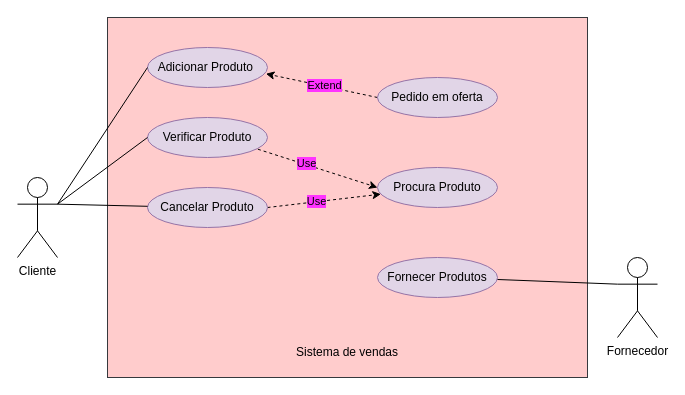
The draw.io diagram Engenharia SW/DiagramaDeClasses.drawio in Anaraquely/Bertoti, before the edit. Source tidied: cells renumbered, new cells numbered last; positions are measured from the earlier drawing's top-left corner, leaving out a move shared by most shapes. Both pictures are drawn from the tidied source at 100%, with x=0, y=0 at pixel (17, 17).
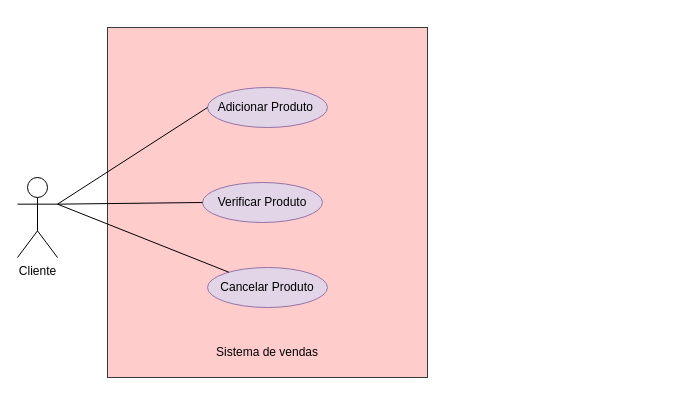
The same diagram, later.

Change to the diagram source:
```diff
@@
     <mxCell id="3" style="rounded=0;whiteSpace=wrap;html=1;fillColor=#ffcccc;strokeColor=#36393d;" parent="1" vertex="1">
-      <mxGeometry x="90" width="480" height="360" as="geometry" />
+      <mxGeometry x="90" y="10" width="320" height="350" as="geometry" />
     </mxCell>
     <mxCell id="4" value="Adicionar Produto&amp;nbsp;" style="ellipse;whiteSpace=wrap;html=1;fillColor=#e1d5e7;strokeColor=#9673a6;" parent="1" vertex="1">
-      <mxGeometry x="130" y="30" width="120" height="40" as="geometry" />
+      <mxGeometry x="190" y="70" width="120" height="40" as="geometry" />
     </mxCell>
     <mxCell id="5" value="Verificar Produto" style="ellipse;whiteSpace=wrap;html=1;fillColor=#e1d5e7;strokeColor=#9673a6;" parent="1" vertex="1">
-      <mxGeometry x="130" y="100" width="120" height="40" as="geometry" />
+      <mxGeometry x="185" y="165" width="120" height="40" as="geometry" />
     </mxCell>
-    <mxCell id="6" style="rounded=0;jettySize=auto;html=1;exitX=1;exitY=0.5;exitDx=0;exitDy=0;dashed=1;" parent="1" edge="1" source="8" target="15">
-      <mxGeometry relative="1" as="geometry" />
-    </mxCell>
-    <mxCell id="7" value="Use" style="edgeLabel;html=1;align=center;verticalAlign=middle;labelBackgroundColor=#FF33FF;" parent="6" vertex="1">
-      <mxGeometry x="-0.15" y="1" relative="1" as="geometry" />
-    </mxCell>
     <mxCell id="8" value="Cancelar Produto" style="ellipse;whiteSpace=wrap;html=1;fillColor=#e1d5e7;strokeColor=#9673a6;" parent="1" vertex="1">
-      <mxGeometry x="130" y="170" width="120" height="40" as="geometry" />
+      <mxGeometry x="190" y="250" width="120" height="40" as="geometry" />
     </mxCell>
-    <mxCell id="9" style="rounded=0;jettySize=auto;html=1;exitX=0;exitY=0.3333333333333333;exitDx=0;exitDy=0;exitPerimeter=0;endArrow=none;endFill=0;" parent="1" edge="1" source="10" target="11">
-      <mxGeometry relative="1" as="geometry" />
-    </mxCell>
-    <mxCell id="10" value="Fornecedor" style="shape=umlActor;verticalLabelPosition=bottom;verticalAlign=top;html=1;outlineConnect=0;" parent="1" vertex="1">
-      <mxGeometry x="600" y="240" width="40" height="80" as="geometry" />
-    </mxCell>
-    <mxCell id="11" value="Fornecer Produtos" style="ellipse;whiteSpace=wrap;html=1;fillColor=#e1d5e7;strokeColor=#9673a6;" parent="1" vertex="1">
-      <mxGeometry x="360" y="240" width="120" height="40" as="geometry" />
-    </mxCell>
@@
-    <mxCell id="15" value="Procura Produto" style="ellipse;whiteSpace=wrap;html=1;fillColor=#e1d5e7;strokeColor=#9673a6;" parent="1" vertex="1">
-      <mxGeometry x="360" y="150" width="120" height="40" as="geometry" />
-    </mxCell>
-    <mxCell id="16" style="rounded=0;jettySize=auto;html=1;exitX=0;exitY=0.5;exitDx=0;exitDy=0;dashed=1;endArrow=classic;endFill=1;entryX=0.987;entryY=0.657;entryDx=0;entryDy=0;startArrow=none;startFill=0;entryPerimeter=0;" parent="1" edge="1" source="18" target="4">
-      <mxGeometry relative="1" as="geometry" />
-    </mxCell>
-    <mxCell id="17" value="Extend" style="edgeLabel;html=1;align=center;verticalAlign=middle;labelBackgroundColor=#FF33FF;" parent="16" vertex="1">
-      <mxGeometry x="-0.04" y="-1" relative="1" as="geometry" />
-    </mxCell>
-    <mxCell id="18" value="Pedido em oferta" style="ellipse;whiteSpace=wrap;html=1;fillColor=#e1d5e7;strokeColor=#9673a6;" parent="1" vertex="1">
-      <mxGeometry x="360" y="60" width="120" height="40" as="geometry" />
-    </mxCell>
-    <mxCell id="19" style="rounded=0;jettySize=auto;html=1;exitX=0.92;exitY=0.793;exitDx=0;exitDy=0;entryX=0;entryY=0.5;entryDx=0;entryDy=0;dashed=1;exitPerimeter=0;" parent="1" edge="1" source="5" target="15">
-      <mxGeometry relative="1" as="geometry" />
-    </mxCell>
-    <mxCell id="20" value="Use" style="edgeLabel;html=1;align=center;verticalAlign=middle;labelBackgroundColor=#FF33FF;" parent="19" vertex="1">
-      <mxGeometry x="-0.2" y="2" relative="1" as="geometry" />
-    </mxCell>
     <mxCell id="21" value="Sistema de vendas" style="text;strokeColor=none;align=center;fillColor=none;html=1;verticalAlign=middle;whiteSpace=wrap;rounded=0;" parent="1" vertex="1">
-      <mxGeometry x="265" y="320" width="130" height="30" as="geometry" />
+      <mxGeometry x="185" y="320" width="130" height="30" as="geometry" />
     </mxCell>
```
